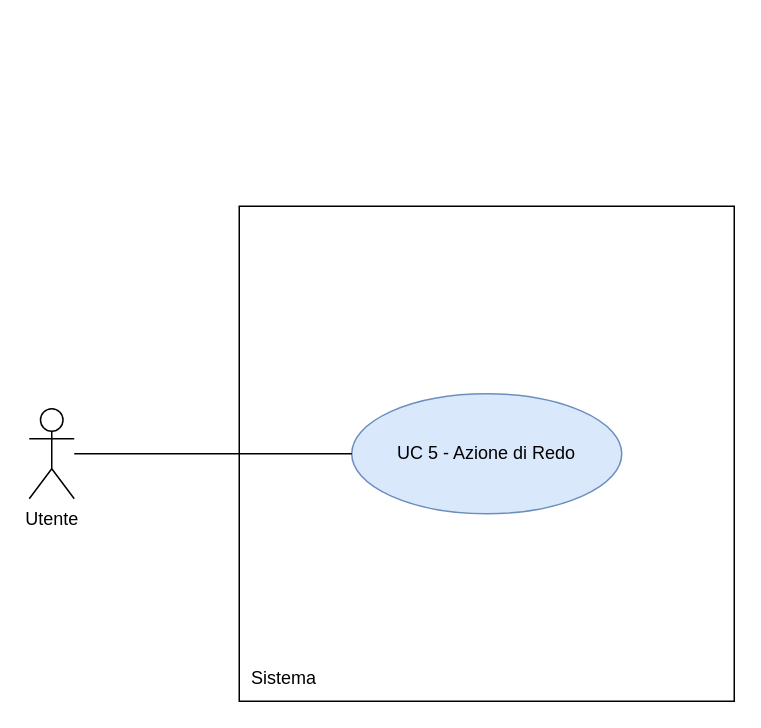
Before: RTB/doc_esterna/analisi-dei-requisiti/assets/draw.io/UC5.drawio in thebitless-group-swe/thebitless.github.io, a draw.io diagram. Source tidied: cells renumbered, new cells numbered last; positions are measured from the earlier drawing's top-left corner, leaving out a move shared by most shapes. Both pictures are drawn from the tidied source at 150%, with x=0, y=0 at pixel (28, 206).
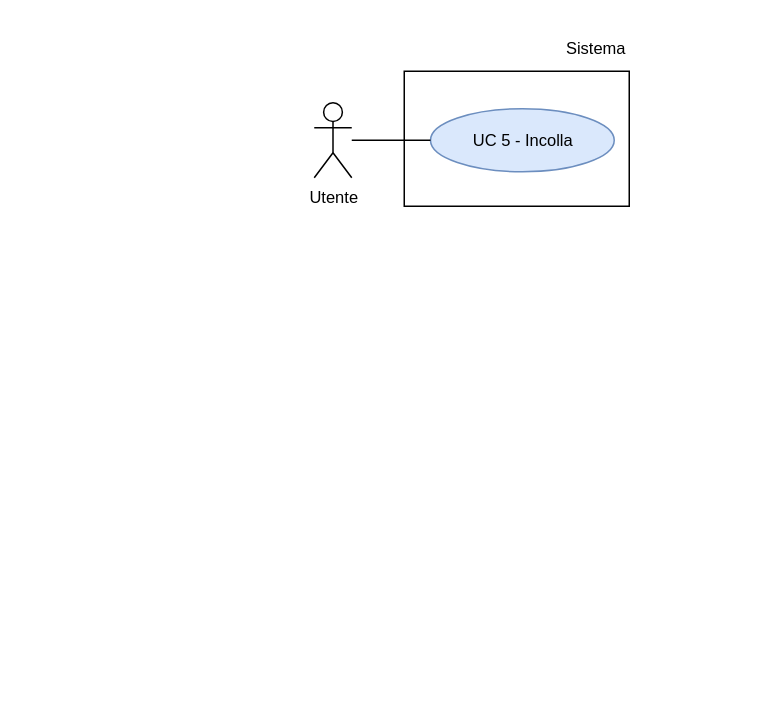
Above is the later version.

Change to the diagram source:
```diff
@@
 <mxGraphModel>
   <root>
     <mxCell id="0" />
     <mxCell id="1" parent="0" />
-    <mxCell id="2" value="Utente" style="shape=umlActor;verticalLabelPosition=bottom;verticalAlign=top;html=1;outlineConnect=0;" parent="1" vertex="1">
-      <mxGeometry y="135" width="30" height="60" as="geometry" />
+    <mxCell id="2" value="Utente" style="shape=umlActor;verticalLabelPosition=bottom;verticalAlign=top;html=1;outlineConnect=0;fontSize=11;" parent="1" vertex="1">
+      <mxGeometry x="190" y="-69" width="25" height="50" as="geometry" />
     </mxCell>
-    <mxCell id="3" style="whiteSpace=wrap;html=1;" parent="1" vertex="1">
-      <mxGeometry x="140" width="330" height="330" as="geometry" />
-    </mxCell>
+    <mxCell id="7" style="rounded=0;whiteSpace=wrap;html=1;strokeWidth=1;" parent="1" vertex="1">
+      <mxGeometry x="250" y="-90" width="150" height="90" as="geometry" />
+    </mxCell>
-    <mxCell id="4" value="Sistema" style="text;html=1;whiteSpace=wrap;strokeColor=none;fillColor=none;align=center;verticalAlign=middle;rounded=0;" parent="1" vertex="1">
-      <mxGeometry x="140" y="300" width="60" height="30" as="geometry" />
+    <mxCell id="4" value="Sistema" style="text;html=1;whiteSpace=wrap;strokeColor=none;fillColor=none;align=right;verticalAlign=middle;fontSize=11;" parent="1" vertex="1">
+      <mxGeometry x="340" y="-120" width="60" height="30" as="geometry" />
     </mxCell>
-    <mxCell id="5" value="UC 5 - Azione di Redo" style="ellipse;whiteSpace=wrap;html=1;fillColor=#dae8fc;strokeColor=#6c8ebf;" parent="1" vertex="1">
-      <mxGeometry x="215" y="125" width="180" height="80" as="geometry" />
-    </mxCell>
-    <mxCell id="6" style="edgeStyle=none;rounded=0;jettySize=auto;html=1;endArrow=none;endFill=0;" parent="1" edge="1" source="2" target="5">
-      <mxGeometry relative="1" as="geometry" />
-    </mxCell>
+    <mxCell id="8" value="UC 5 - Incolla" style="ellipse;whiteSpace=wrap;html=1;fillColor=#dae8fc;strokeColor=#6c8ebf;fontSize=11;" parent="1" vertex="1">
+      <mxGeometry x="267.5" y="-65" width="122.5" height="42" as="geometry" />
+    </mxCell>
+    <mxCell id="9" style="edgeStyle=none;rounded=0;jettySize=auto;html=1;endArrow=none;endFill=0;" parent="1" edge="1" source="2" target="8">
+      <mxGeometry relative="1" as="geometry" />
+    </mxCell>
+    <mxCell id="10" style="edgeStyle=orthogonalEdgeStyle;rounded=0;orthogonalLoop=1;jettySize=auto;html=1;exitX=0.5;exitY=1;exitDx=0;exitDy=0;" parent="1" edge="1" source="4" target="4">
+      <mxGeometry relative="1" as="geometry" />
+    </mxCell>
   </root>
 </mxGraphModel>
```
